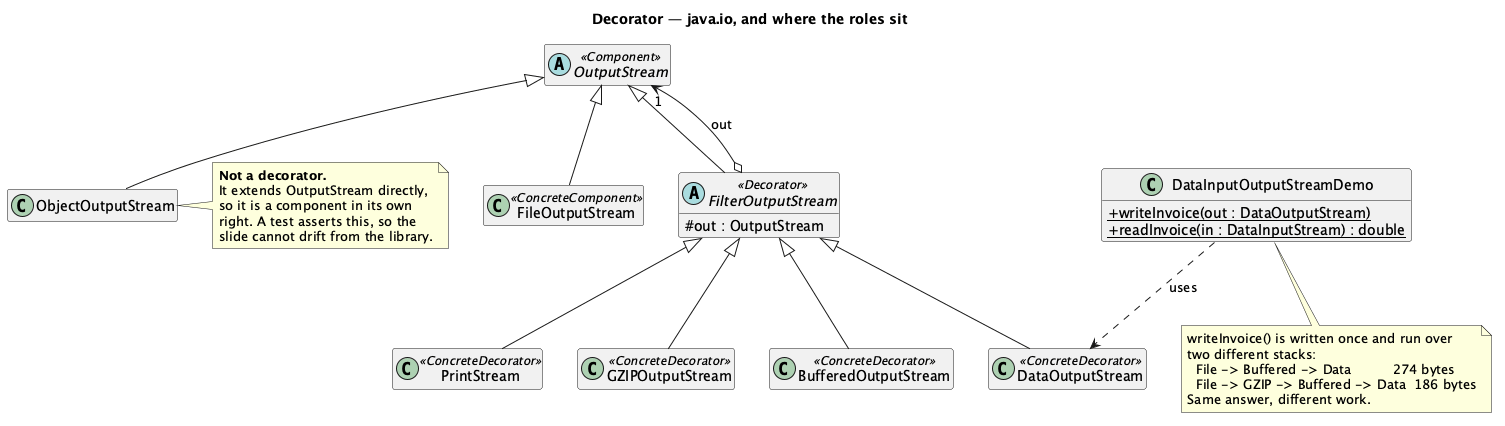
This is src/main/java/dev/kaldiroglu/dp/structural/decorator/io/uml/decorator-io-class-diagram.png from kaldiroglu/DesignPatternsWithJava, a PlantUML export, as it was before one commit. Its source is kept beside it as src/main/java/dev/kaldiroglu/dp/structural/decorator/io/uml/decorator-io-class-diagram.puml.
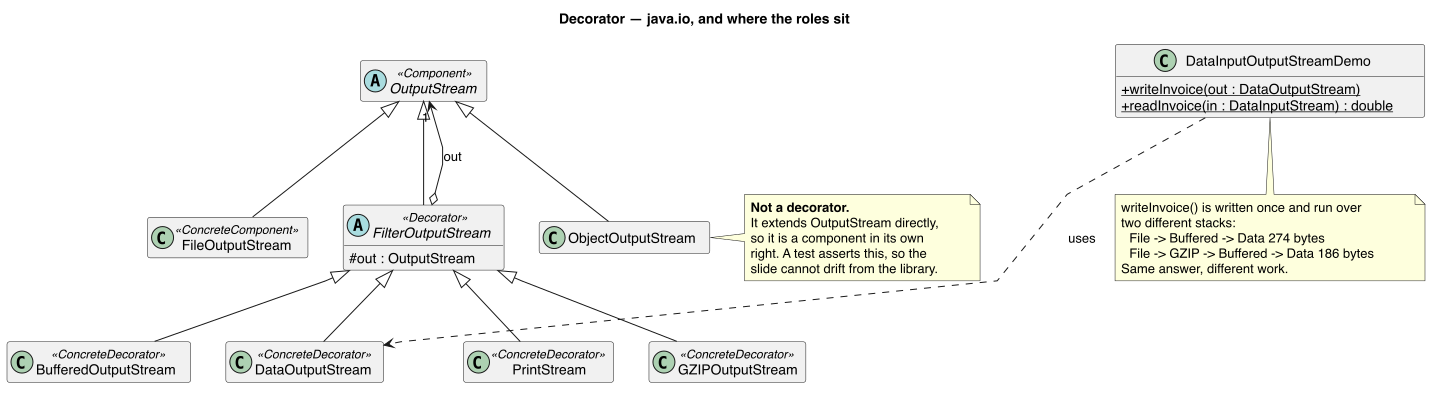
Above is the later version.

What changed in the source:
```diff
@@ -1,4 +1,12 @@
 @startuml "decorator-io-class-diagram"
+skinparam linetype polyline
+skinparam class {
+  BackgroundColor<<spacer>> transparent
+  BorderColor<<spacer>> transparent
+  FontColor<<spacer>> transparent
+}
+hide <<spacer>> stereotype
+hide <<spacer>> circle
 skinparam classAttributeIconSize 0
 hide empty members
 title Decorator — java.io, and where the roles sit
@@ -18,7 +26,6 @@
 OutputStream <|-- FileOutputStream
 OutputStream <|-- FilterOutputStream
 OutputStream <|-- ObjectOutputStream
-FilterOutputStream o--> "1" OutputStream : out
 FilterOutputStream <|-- BufferedOutputStream
 FilterOutputStream <|-- DataOutputStream
 FilterOutputStream <|-- PrintStream
@@ -28,7 +35,6 @@
   + {static} writeInvoice(out : DataOutputStream)
   + {static} readInvoice(in : DataInputStream) : double
 }
-DataInputOutputStreamDemo ..> DataOutputStream : uses
 
 note right of ObjectOutputStream
   <b>Not a decorator.</b>
@@ -46,4 +52,17 @@
   Same answer, different work.
 end note
 
+OutputStream -[hidden]- FilterOutputStream
+OutputStream -[hidden]- FilterOutputStream
+FileOutputStream -[hidden]right- FilterOutputStream
+FilterOutputStream -[hidden]right- ObjectOutputStream
+class " " as Spacer1 <<spacer>>
+FilterOutputStream -[hidden]- Spacer1
+FilterOutputStream -[hidden]- Spacer1
+BufferedOutputStream -[hidden]right- DataOutputStream
+DataOutputStream -[hidden]right- Spacer1
+Spacer1 -[hidden]right- PrintStream
+PrintStream -[hidden]right- GZIPOutputStream
+FilterOutputStream o-[norank]-> "1" OutputStream : out
+DataInputOutputStreamDemo .[norank].> DataOutputStream : uses
 @enduml
```
